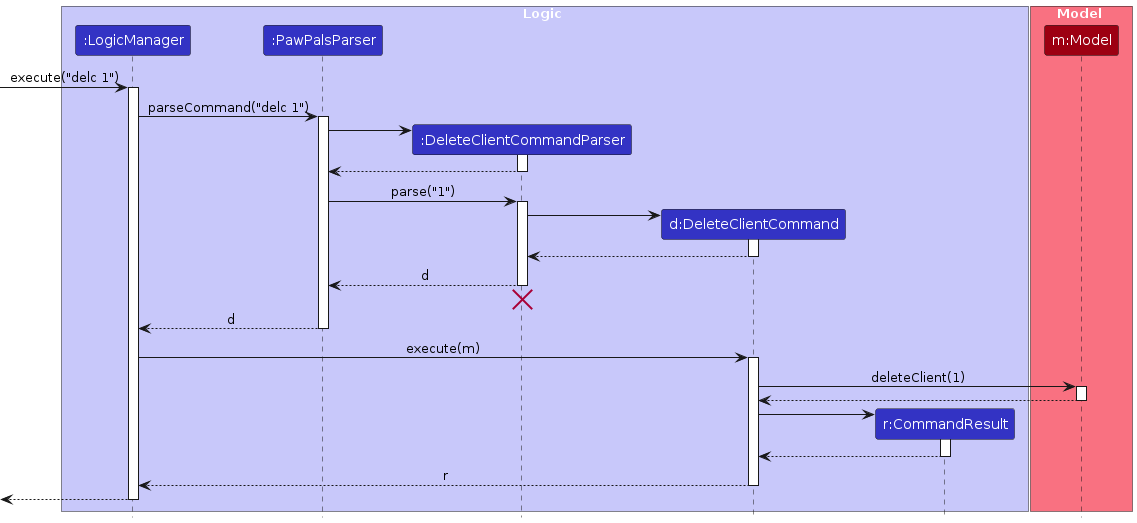
Earlier version of the PlantUML export diagrams/DeleteSequenceDiagram.png (AY2627S1-CS2103T-T14-4/tp). Its source is kept beside it as diagrams/DeleteSequenceDiagram.puml.
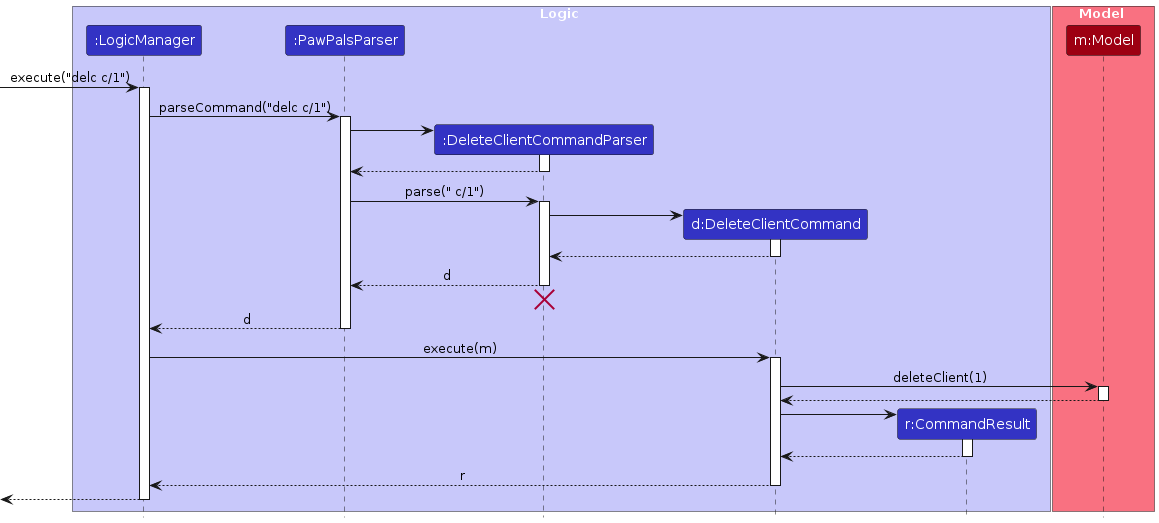
The same diagram one commit later.

Diff of the diagram source:
```diff
@@ -14,10 +14,10 @@
 participant "m:Model" as Model MODEL_COLOR
 end box
 
-[-> LogicManager : execute("delc 1")
+[-> LogicManager : execute("delc c/1")
 activate LogicManager
 
-LogicManager -> PawPalsParser : parseCommand("delc 1")
+LogicManager -> PawPalsParser : parseCommand("delc c/1")
 activate PawPalsParser
 
 create DeleteClientCommandParser
@@ -27,7 +27,7 @@
 DeleteClientCommandParser --> PawPalsParser
 deactivate DeleteClientCommandParser
 
-PawPalsParser -> DeleteClientCommandParser : parse("1")
+PawPalsParser -> DeleteClientCommandParser : parse(" c/1")
 activate DeleteClientCommandParser
 
 create DeleteClientCommand
```
